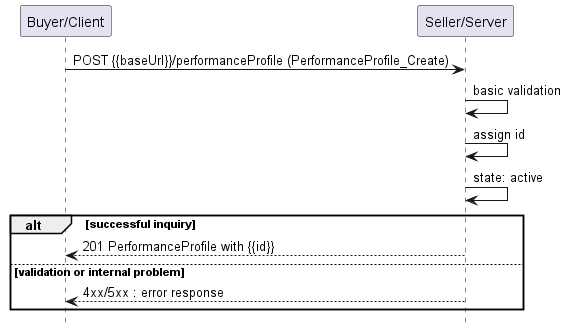
MEF-GIT/MEF-LSO-Legato-SDK keeps this PlantUML diagram as documentation/serviceApi/pm/performance/media/useCase1.png. Above is the earlier version.
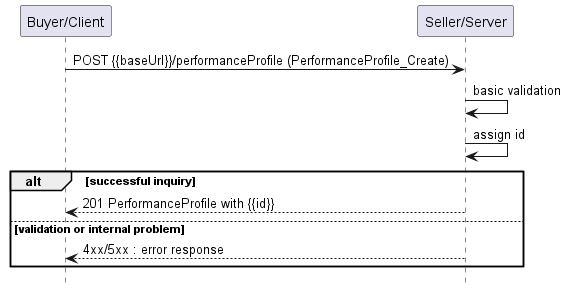
Above is the later version.

Change to the diagram source:
```diff
@@ -10,7 +10,6 @@
 
 S -> S : basic validation
 S -> S : assign id
-S -> S : state: active
 alt successful inquiry
     B <-- S : 201 PerformanceProfile with {{id}}
 else validation or internal problem
```
